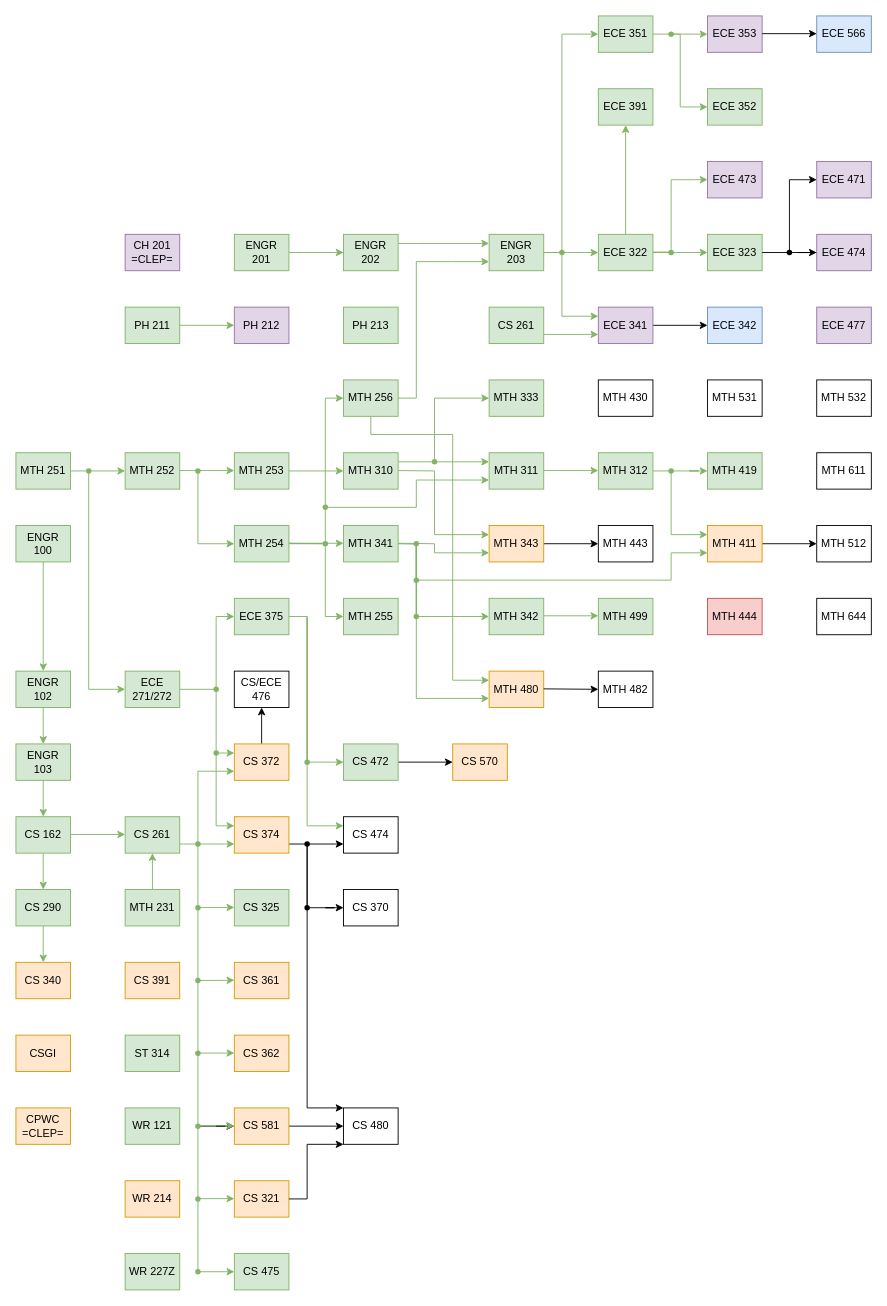
Jonas-Carew/Class-Flowchart keeps this draw.io diagram as Classes.drawio. Above is the earlier version. Source tidied: cells renumbered, new cells numbered last; positions are measured from the earlier drawing's top-left corner, leaving out a move shared by most shapes. Both pictures are drawn from the tidied source at 91%, with x=0, y=0 at pixel (15, 15).
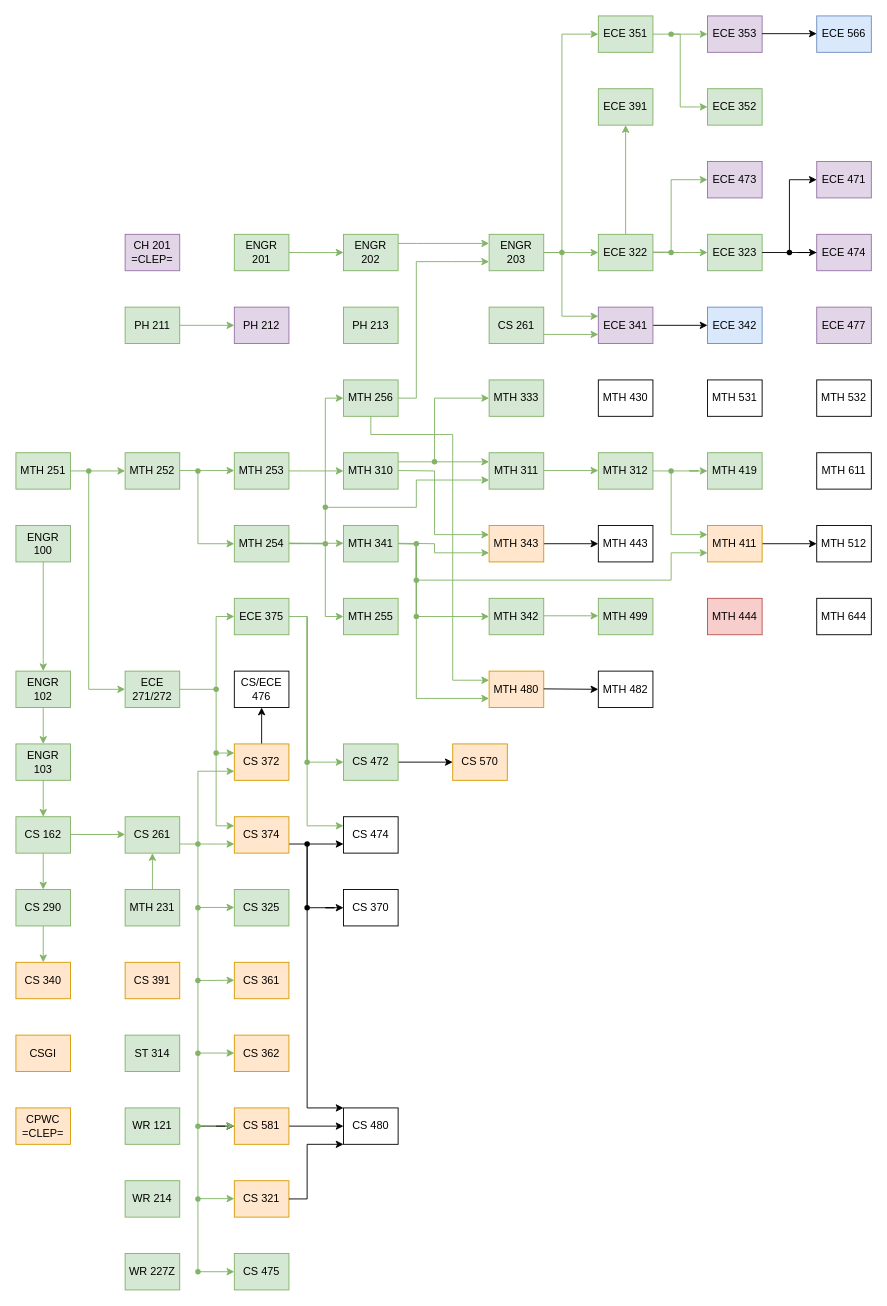
The same page after the edit.

What changed in the source:
```diff
@@
-    <mxCell id="166" value="WR 214" style="rounded=0;whiteSpace=wrap;html=1;fillColor=#ffe6cc;strokeColor=#d79b00;" parent="1" vertex="1">
+    <mxCell id="166" value="WR 214" style="rounded=0;whiteSpace=wrap;html=1;fillColor=#d5e8d4;strokeColor=#82b366;" parent="1" vertex="1">
       <mxGeometry x="120" y="1280" width="60" height="40" as="geometry" />
     </mxCell>
```
